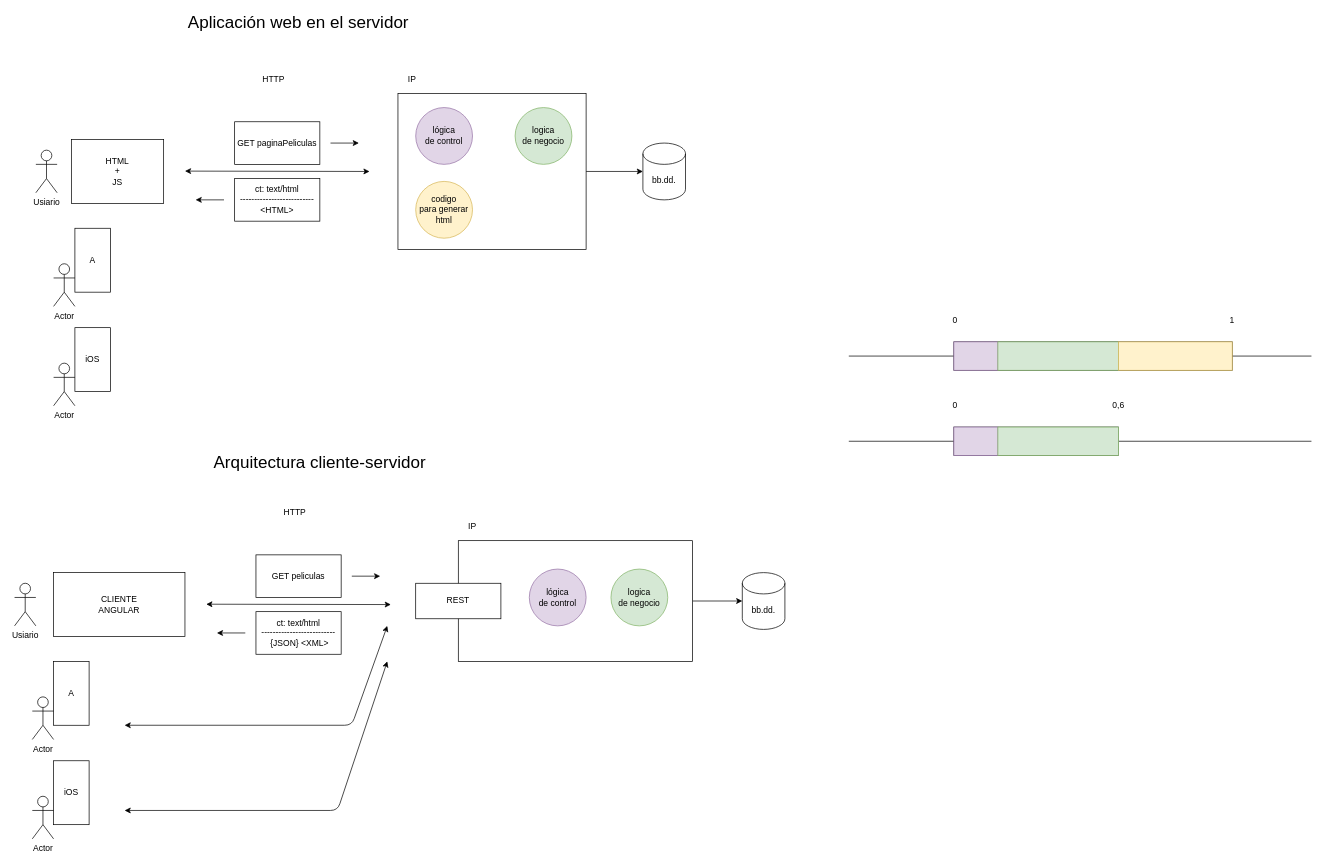
Earlier version of the draw.io diagram page "Página-11" (11 of 23) of dibujos.drawio (lrag/MEAN_2021_2). Source tidied: cells renumbered, new cells numbered last; positions are measured from the earlier drawing's top-left corner, leaving out a move shared by most shapes. Both pictures are drawn from the tidied source at 71%, with x=0, y=0 at pixel (14, 15).
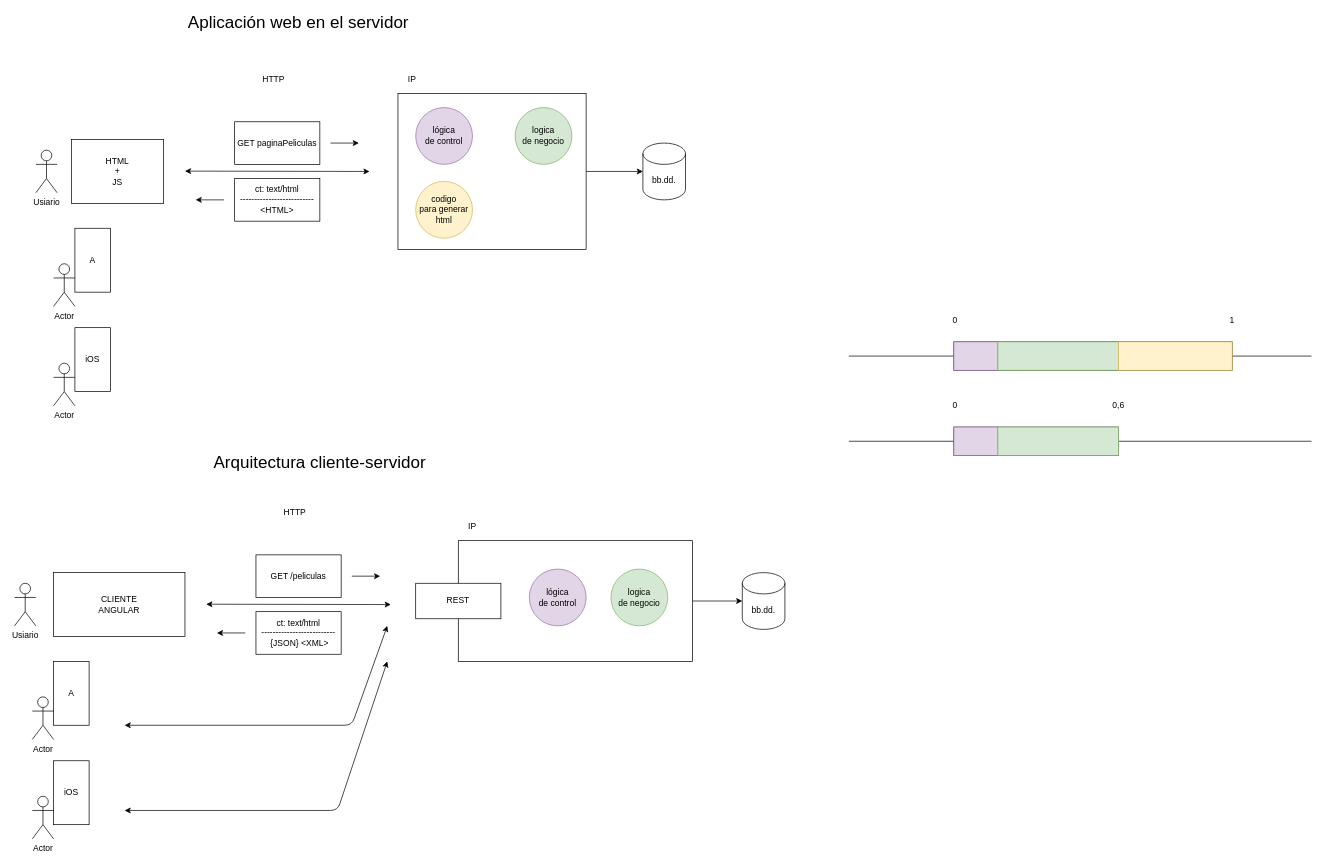
Above is the later version.

Change to the diagram source:
```diff
@@
-    <mxCell id="42" value="GET peliculas" style="rounded=0;whiteSpace=wrap;html=1;strokeWidth=1;fillColor=none;" parent="1" vertex="1">
+    <mxCell id="42" value="GET /peliculas" style="rounded=0;whiteSpace=wrap;html=1;strokeWidth=1;fillColor=none;" parent="1" vertex="1">
       <mxGeometry x="340" y="760" width="120" height="60" as="geometry" />
     </mxCell>
```
